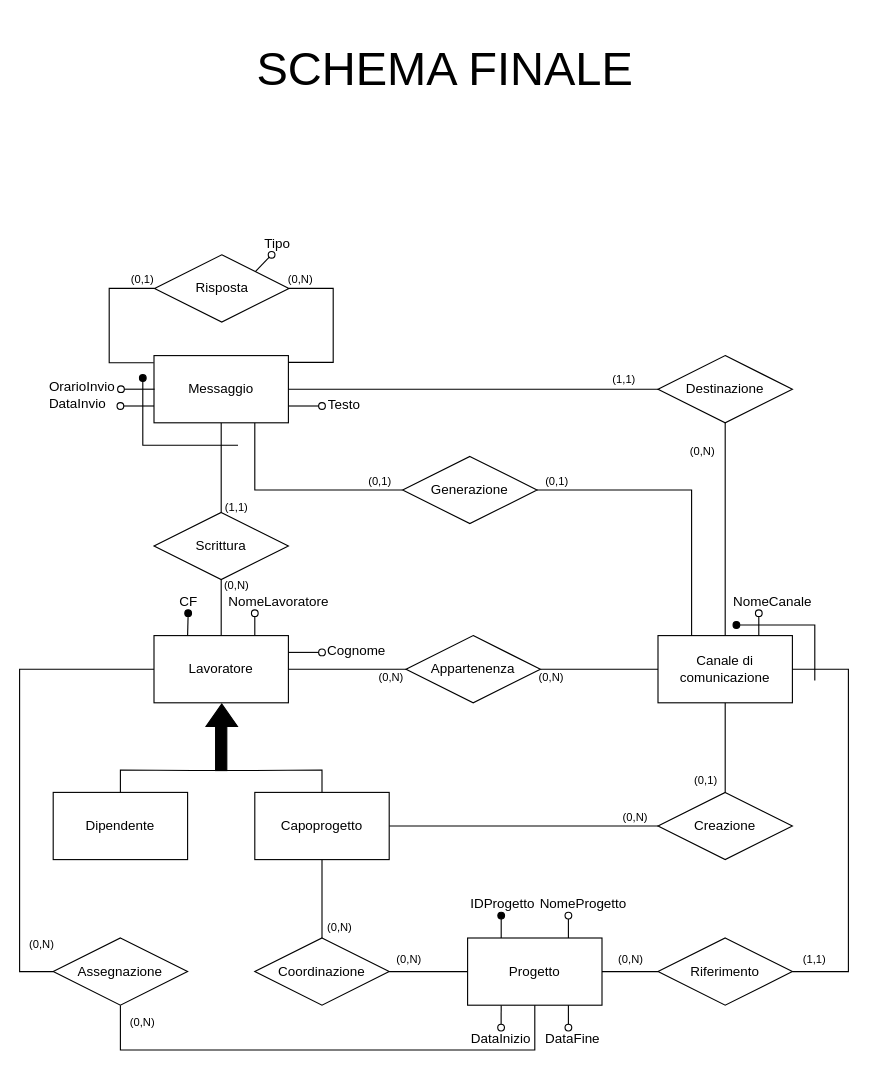
This is page "schema-finale" (4 of 8) of Relazione/Schema ER/scheletro.drawio from martafra/BD-Chat-Multicanale, a draw.io file, before an edit. Source tidied: cells renumbered, new cells numbered last; positions are measured from the earlier drawing's top-left corner, leaving out a move shared by most shapes. Both pictures are drawn from the tidied source at 112%, with x=0, y=0 at pixel (19, 19).
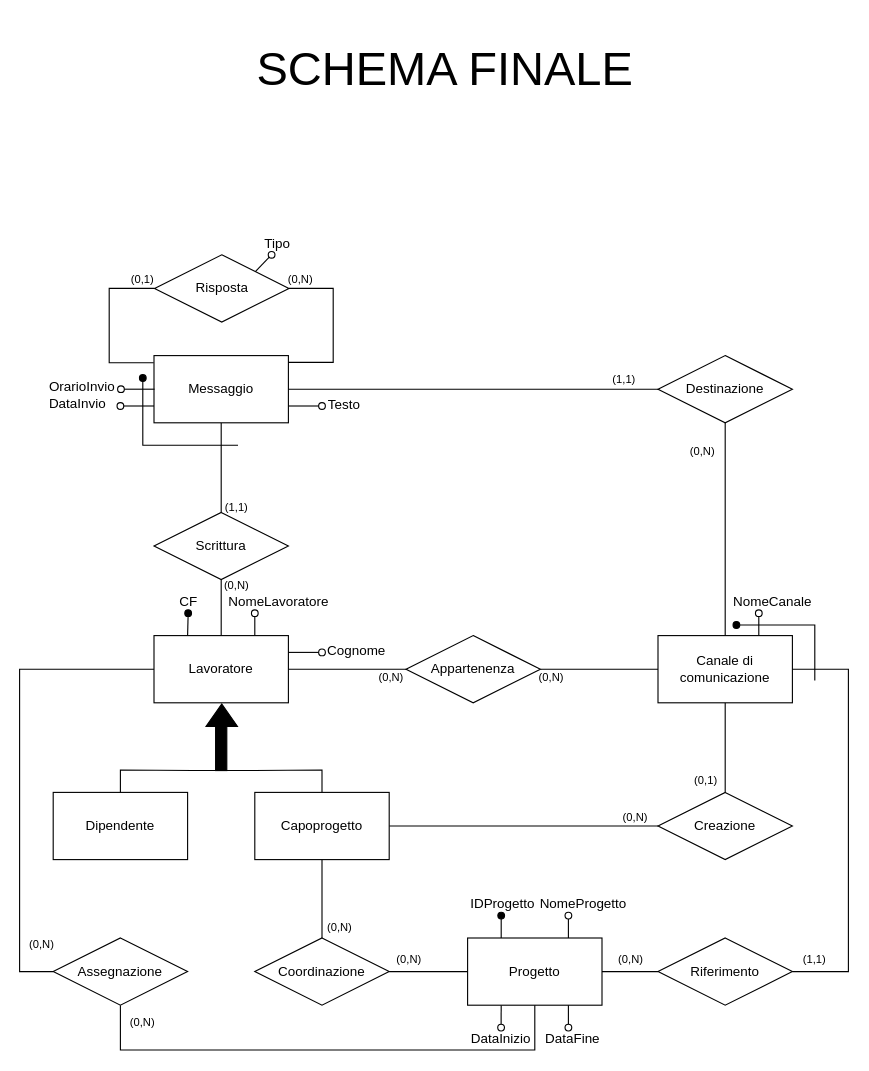
Above is the later version.

Unchanged cells that the change refers to:
```xml
<mxCell id="7" value="Canale di comunicazione" style="rounded=0;whiteSpace=wrap;html=1;" parent="1" vertex="1">
  <mxGeometry x="570" y="550" width="120" height="60" as="geometry" />
</mxCell>
<mxCell id="13" value="Messaggio" style="rounded=0;whiteSpace=wrap;html=1;" parent="1" vertex="1">
  <mxGeometry x="120" y="300" width="120" height="60" as="geometry" />
</mxCell>
```

Diff of the diagram source:
```diff
@@
-    <mxCell id="12" style="edgeStyle=orthogonalEdgeStyle;rounded=0;jettySize=auto;html=1;exitX=0.75;exitY=1;exitDx=0;exitDy=0;entryX=0;entryY=0.5;entryDx=0;entryDy=0;endArrow=none;endFill=0;startArrow=none;startFill=0;" parent="1" edge="1" source="13" target="77">
-      <mxGeometry relative="1" as="geometry" />
-    </mxCell>
@@
-    <mxCell id="76" style="edgeStyle=orthogonalEdgeStyle;rounded=0;jettySize=auto;html=1;exitX=1;exitY=0.5;exitDx=0;exitDy=0;entryX=0.25;entryY=0;entryDx=0;entryDy=0;endArrow=none;endFill=0;" parent="1" edge="1" source="77" target="7">
-      <mxGeometry relative="1" as="geometry" />
-    </mxCell>
-    <mxCell id="77" value="Generazione" style="shape=rhombus;perimeter=rhombusPerimeter;whiteSpace=wrap;html=1;align=center;" parent="1" vertex="1">
-      <mxGeometry x="342" y="390" width="120" height="60" as="geometry" />
-    </mxCell>
@@
-    <mxCell id="80" value="(0,1)" style="text;html=1;strokeColor=none;fillColor=none;align=center;verticalAlign=middle;whiteSpace=wrap;rounded=0;fontSize=10;" parent="1" vertex="1">
-      <mxGeometry x="312" y="407" width="20" height="10" as="geometry" />
-    </mxCell>
-    <mxCell id="81" value="(0,1)" style="text;html=1;strokeColor=none;fillColor=none;align=center;verticalAlign=middle;whiteSpace=wrap;rounded=0;fontSize=10;" parent="1" vertex="1">
-      <mxGeometry x="470" y="407" width="20" height="10" as="geometry" />
-    </mxCell>
```
